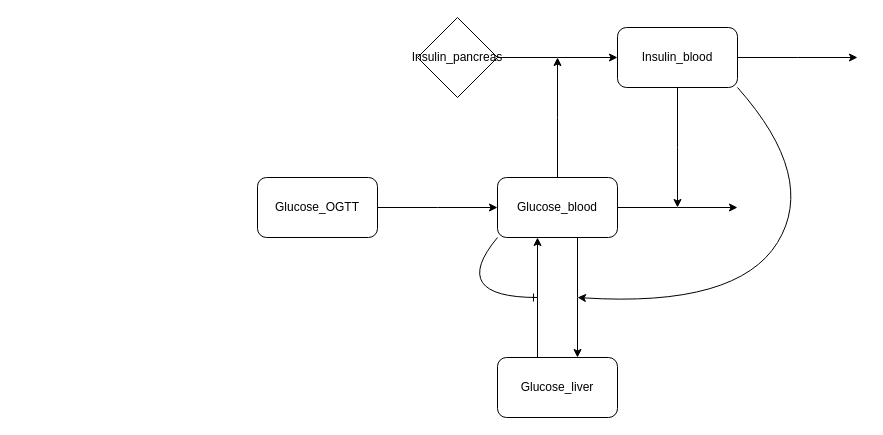
Before: page "With glucose in liver" (4 of 6) of assets/glucose-dynamics.drawio in willov/modelling_example, a draw.io diagram. Source tidied: cells renumbered, new cells numbered last; positions are measured from the earlier drawing's top-left corner, leaving out a move shared by most shapes. Both pictures are drawn from the tidied source at 100%, with x=0, y=0 at pixel (257, 17).
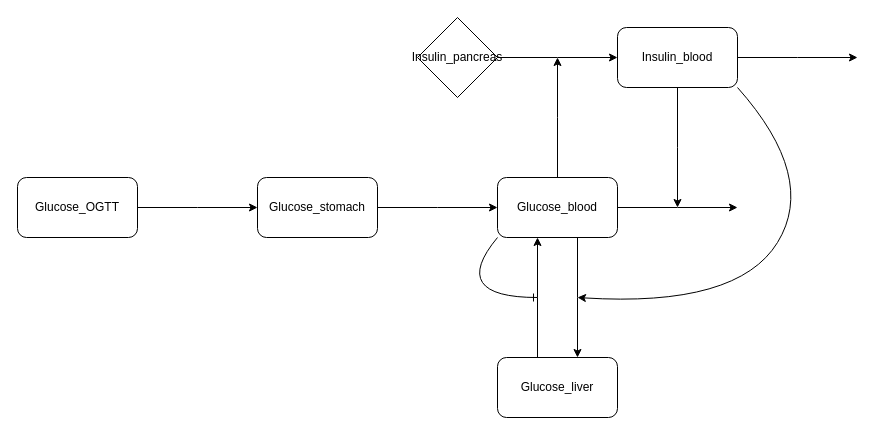
The same page after the edit.

Change to the diagram source:
```diff
@@
-    <mxCell id="10" value="Glucose_OGTT" style="rounded=1;whiteSpace=wrap;html=1;" parent="1" vertex="1">
-      <mxGeometry y="160" width="120" height="60" as="geometry" />
-    </mxCell>
@@
+    <mxCell id="38" style="endArrow=classic;html=1;rounded=0;entryX=0;entryY=0.5;entryDx=0;entryDy=0;" parent="1" edge="1" source="40">
+      <mxGeometry relative="1" as="geometry">
+        <mxPoint y="190" as="targetPoint" />
+      </mxGeometry>
+    </mxCell>
+    <mxCell id="39" style="endArrow=none;html=1;rounded=0;entryDx=0;entryDy=0;strokeColor=default;endFill=0;" parent="1" edge="1" target="40">
+      <mxGeometry relative="1" as="geometry">
+        <mxPoint x="-120" y="190" as="sourcePoint" />
+      </mxGeometry>
+    </mxCell>
+    <mxCell id="40" style="shape=waypoint;sketch=0;fillStyle=solid;size=6;points=[];fillColor=none;perimeter=centerPerimeter;snapToPoint=1;strokeColor=none;" parent="1" vertex="1">
+      <mxGeometry x="-70" y="180" width="20" height="20" as="geometry" />
+    </mxCell>
+    <mxCell id="10" value="Glucose_OGTT" style="rounded=1;whiteSpace=wrap;html=1;" parent="1" vertex="1">
+      <mxGeometry x="-240" y="160" width="120" height="60" as="geometry" />
+    </mxCell>
+    <mxCell id="41" value="Glucose_stomach" style="rounded=1;whiteSpace=wrap;html=1;" parent="1" vertex="1">
+      <mxGeometry y="160" width="120" height="60" as="geometry" />
+    </mxCell>
```
